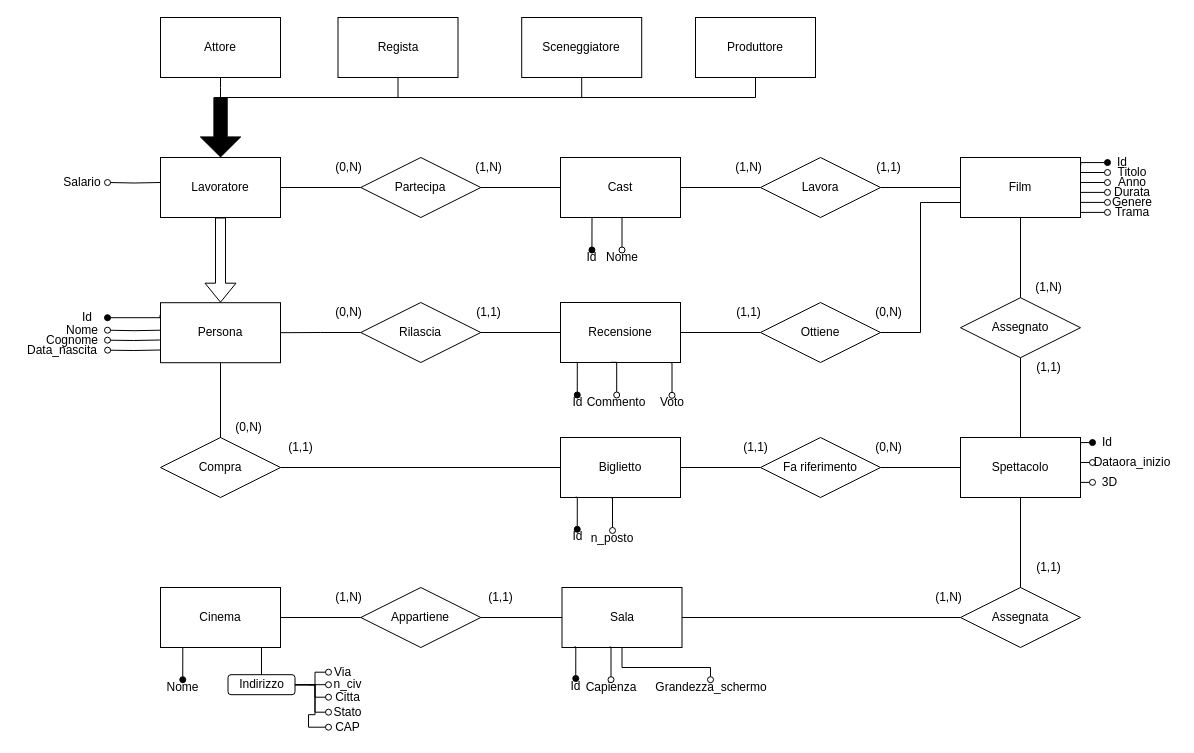
Above: SchemaER.drawio in ToldoDM/UDBP (draw.io), before the change. Source tidied: cells renumbered, new cells numbered last; positions are measured from the earlier drawing's top-left corner, leaving out a move shared by most shapes. Both pictures are drawn from the tidied source at 100%, with x=0, y=0 at pixel (17, 17).
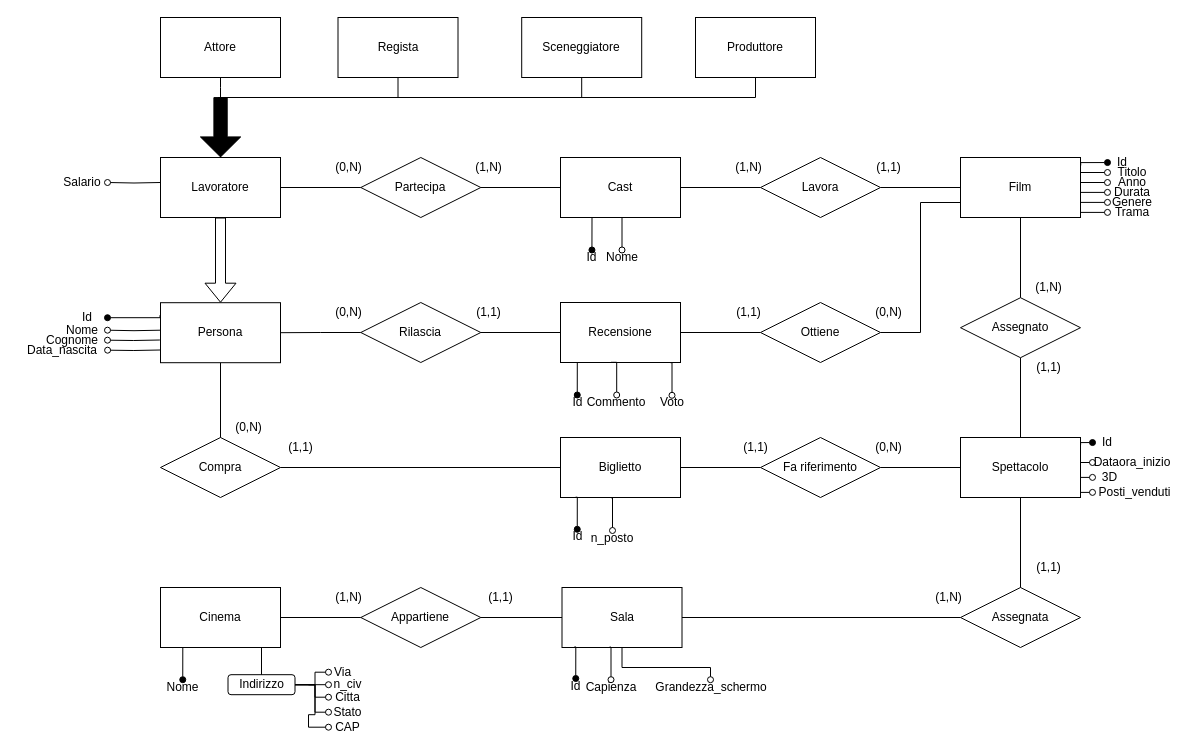
The same page after the edit.

Commit message:
Aggiunto attributo

Diff of the diagram source:
```diff
@@
     <mxCell id="121" style="edgeStyle=orthogonalEdgeStyle;rounded=0;jettySize=auto;html=1;exitX=1;exitY=0.25;exitDx=0;exitDy=0;endArrow=oval;endFill=0;entryX=0;entryY=0.5;entryDx=0;entryDy=0;" parent="1" edge="1" target="122">
       <mxGeometry relative="1" as="geometry">
-        <mxPoint x="1063" y="464.9" as="sourcePoint" />
+        <mxPoint x="1063" y="459.9" as="sourcePoint" />
       </mxGeometry>
     </mxCell>
     <mxCell id="122" value="3D" style="text;html=1;strokeColor=none;fillColor=none;align=center;verticalAlign=middle;whiteSpace=wrap;rounded=0;" parent="1" vertex="1">
-      <mxGeometry x="1075" y="460" width="35" height="10" as="geometry" />
+      <mxGeometry x="1075" y="455" width="35" height="10" as="geometry" />
     </mxCell>
@@
+    <mxCell id="129" style="edgeStyle=orthogonalEdgeStyle;rounded=0;jettySize=auto;html=1;exitX=1;exitY=0.25;exitDx=0;exitDy=0;endArrow=oval;endFill=0;entryX=0;entryY=0.5;entryDx=0;entryDy=0;" parent="1" edge="1" target="130">
+      <mxGeometry relative="1" as="geometry">
+        <mxPoint x="1063" y="474.9" as="sourcePoint" />
+      </mxGeometry>
+    </mxCell>
+    <mxCell id="130" value="Posti_venduti" style="text;html=1;strokeColor=none;fillColor=none;align=center;verticalAlign=middle;whiteSpace=wrap;rounded=0;" parent="1" vertex="1">
+      <mxGeometry x="1075" y="470" width="85" height="10" as="geometry" />
+    </mxCell>
```
